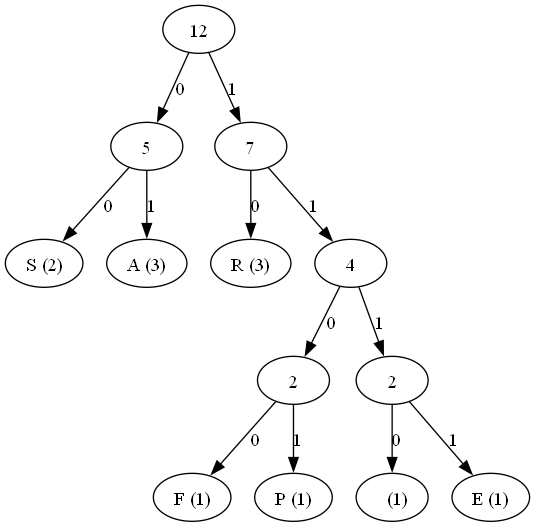
This is huffman_tree.png from ufarqrobbany/huffman_code_tubes_sda, a Graphviz export, as it was before one commit. Its source is kept beside it as huffman_tree.dot.
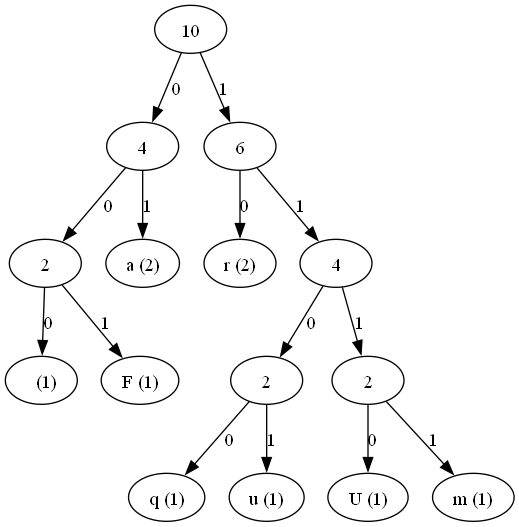
The same diagram one commit later.

What changed in the source:
```diff
@@ -1,27 +1,31 @@
 digraph G {
-    "00E01840" [label="12"];
-    "00E01840" -> "00E01800" [label="0"];
-    "00E01800" [label="5"];
-    "00E01800" -> "00E01720" [label="0"];
-    "00E01720" [label="S (2)"];
-    "00E01800" -> "00E01B60" [label="1"];
-    "00E01B60" [label="A (3)"];
-    "00E01840" -> "00E01820" [label="1"];
-    "00E01820" [label="7"];
-    "00E01820" -> "00E01700" [label="0"];
-    "00E01700" [label="R (3)"];
-    "00E01820" -> "00E017E0" [label="1"];
-    "00E017E0" [label="4"];
-    "00E017E0" -> "00E017C0" [label="0"];
-    "00E017C0" [label="2"];
-    "00E017C0" -> "00E01B40" [label="0"];
-    "00E01B40" [label="F (1)"];
-    "00E017C0" -> "00E01760" [label="1"];
-    "00E01760" [label="P (1)"];
-    "00E017E0" -> "00E017A0" [label="1"];
-    "00E017A0" [label="2"];
-    "00E017A0" -> "00E01740" [label="0"];
-    "00E01740" [label="  (1)"];
-    "00E017A0" -> "00E01780" [label="1"];
-    "00E01780" [label="E (1)"];
+    "00DE3EA8" [label="10"];
+    "00DE3EA8" -> "00DE3E58" [label="0"];
+    "00DE3E58" [label="4"];
+    "00DE3E58" -> "00DE17C8" [label="0"];
+    "00DE17C8" [label="2"];
+    "00DE17C8" -> "00DE1728" [label="0"];
+    "00DE1728" [label="  (1)"];
+    "00DE17C8" -> "00DE1750" [label="1"];
+    "00DE1750" [label="F (1)"];
+    "00DE3E58" -> "00DE1B90" [label="1"];
+    "00DE1B90" [label="a (2)"];
+    "00DE3EA8" -> "00DE3E80" [label="1"];
+    "00DE3E80" [label="6"];
+    "00DE3E80" -> "00DE1700" [label="0"];
+    "00DE1700" [label="r (2)"];
+    "00DE3E80" -> "00DE1840" [label="1"];
+    "00DE1840" [label="4"];
+    "00DE1840" -> "00DE1818" [label="0"];
+    "00DE1818" [label="2"];
+    "00DE1818" -> "00DE17A0" [label="0"];
+    "00DE17A0" [label="q (1)"];
+    "00DE1818" -> "00DE1778" [label="1"];
+    "00DE1778" [label="u (1)"];
+    "00DE1840" -> "00DE17F0" [label="1"];
+    "00DE17F0" [label="2"];
+    "00DE17F0" -> "00DE1B40" [label="0"];
+    "00DE1B40" [label="U (1)"];
+    "00DE17F0" -> "00DE1B68" [label="1"];
+    "00DE1B68" [label="m (1)"];
 }
```
